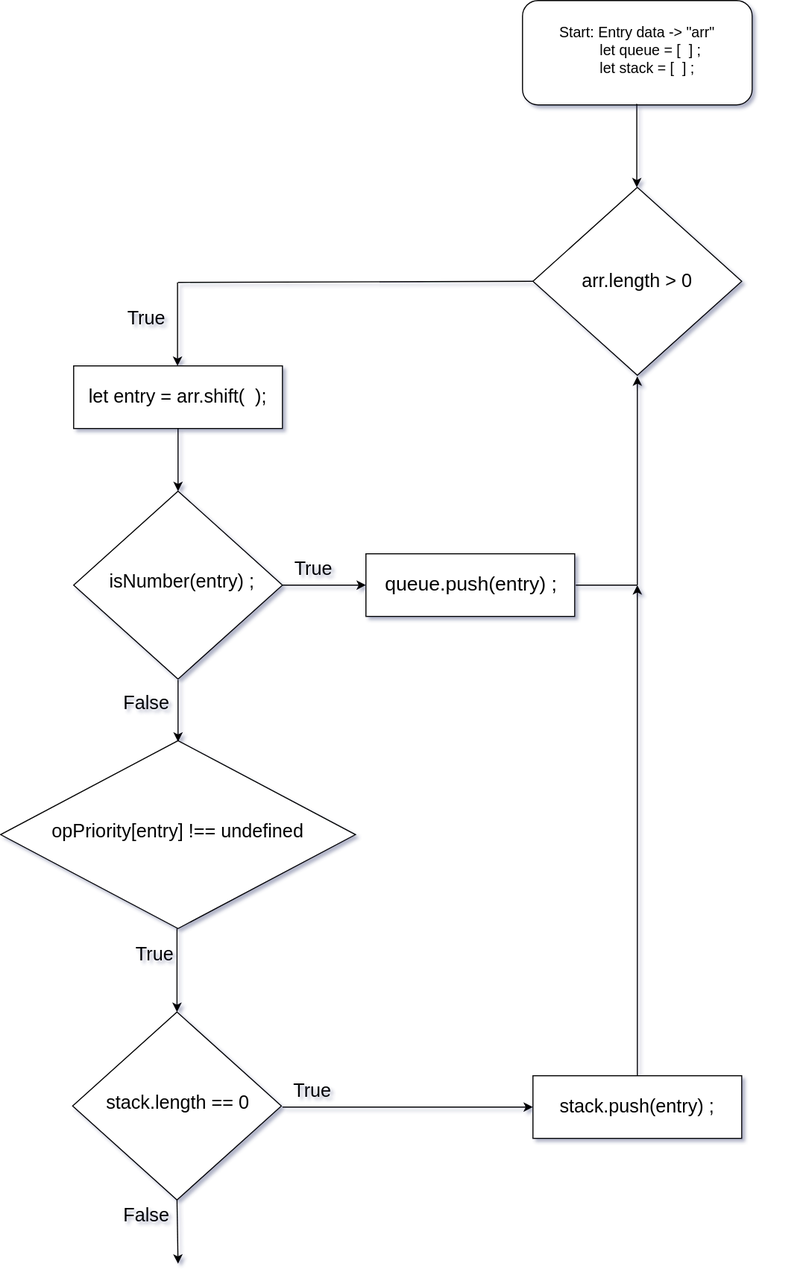
Above: Untitled Diagram.drawio.svg in jcgm3205/jcgm3205 (draw.io), before the change. Source tidied: cells renumbered, new cells last; positions are measured from the earlier drawing's top-left corner, leaving out a move shared by most shapes.
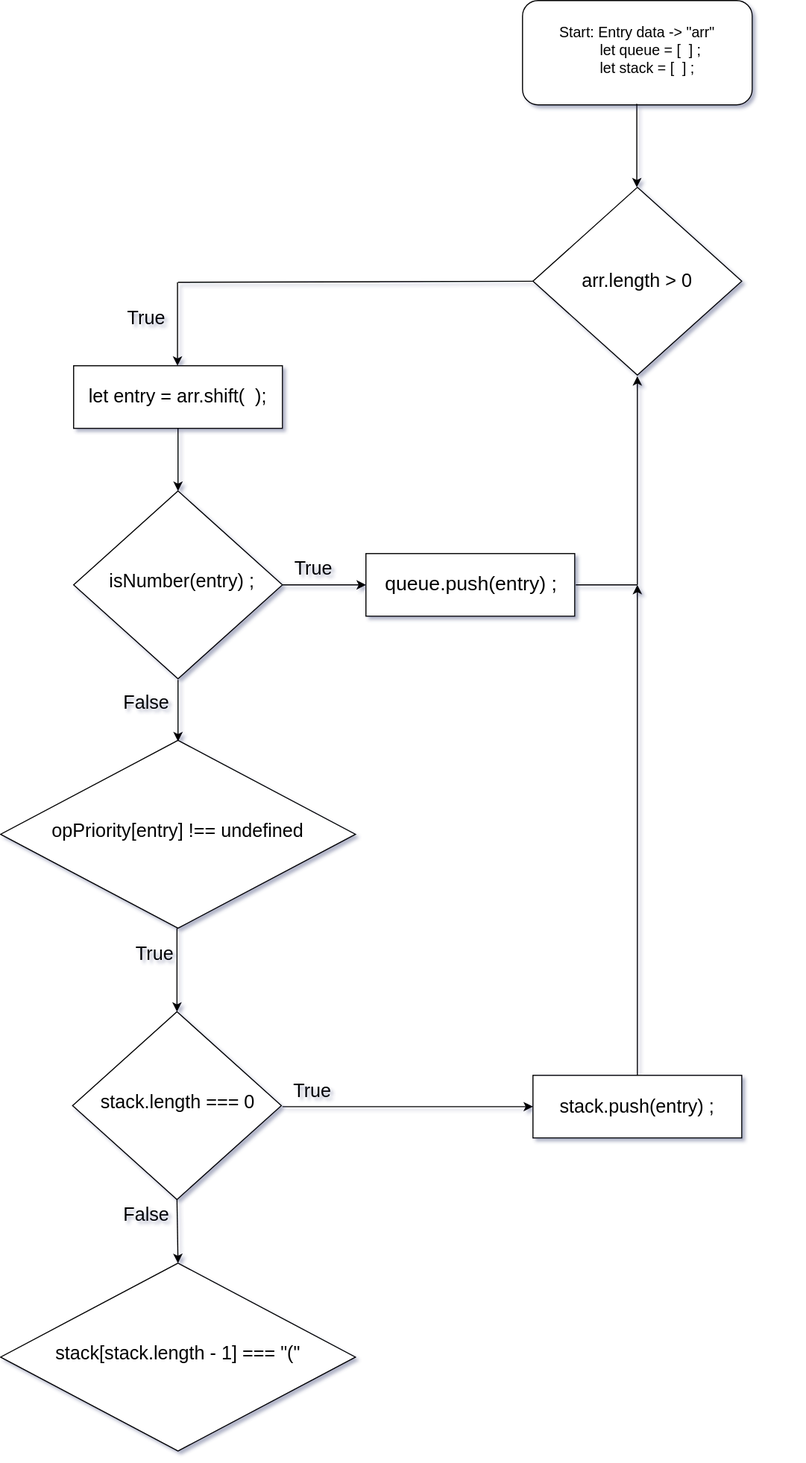
Above is the later version.

The edit, as a diff of the source:
```diff
@@ -68,7 +68,7 @@
     <mxCell id="19" style="rhombus;whiteSpace=wrap;html=1;fontSize=14;" parent="1" vertex="1">
       <mxGeometry x="69" y="969" width="200" height="180" as="geometry" />
     </mxCell>
-    <mxCell id="20" value="stack.length == 0" style="text;html=1;strokeColor=none;fillColor=none;align=center;verticalAlign=middle;whiteSpace=wrap;rounded=0;fontSize=18;" parent="1" vertex="1">
+    <mxCell id="20" value="stack.length === 0" style="text;html=1;strokeColor=none;fillColor=none;align=center;verticalAlign=middle;whiteSpace=wrap;rounded=0;fontSize=18;" parent="1" vertex="1">
       <mxGeometry x="90" y="1006" width="160" height="100" as="geometry" />
     </mxCell>
     <mxCell id="21" style="endArrow=classic;html=1;rounded=0;fontSize=18;exitX=0.5;exitY=1;exitDx=0;exitDy=0;entryX=1;entryY=1;entryDx=0;entryDy=0;entryPerimeter=0;" parent="1" edge="1" source="19">
@@ -136,5 +136,11 @@
     <mxCell id="35" value="False" style="text;html=1;strokeColor=none;fillColor=none;align=center;verticalAlign=middle;whiteSpace=wrap;rounded=0;fontSize=18;" parent="1" vertex="1">
       <mxGeometry x="110" y="1149" width="60" height="30" as="geometry" />
     </mxCell>
+    <mxCell id="36" style="rhombus;whiteSpace=wrap;html=1;fontSize=14;" parent="1" vertex="1">
+      <mxGeometry y="1210" width="340" height="180" as="geometry" />
+    </mxCell>
+    <mxCell id="37" value="stack[stack.length - 1] === &quot;(&quot;" style="text;whiteSpace=wrap;html=1;fontSize=18;" parent="1" vertex="1">
+      <mxGeometry x="51" y="1280" width="238" height="50" as="geometry" />
+    </mxCell>
   </root>
 </mxGraphModel>
```
